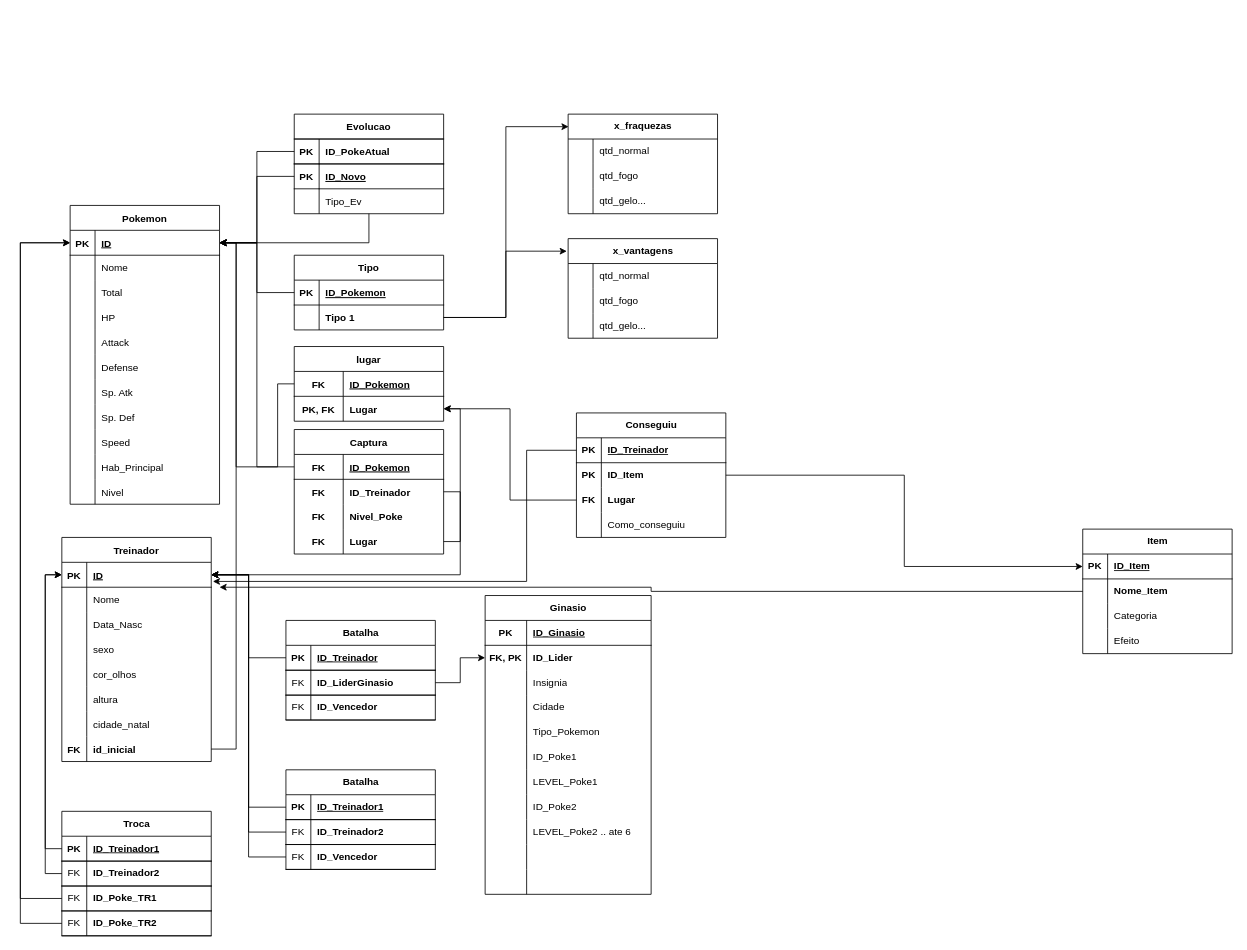
trashrama/pokedb keeps this draw.io diagram as esquema.drawio. Above is the earlier version. Source tidied: cells renumbered, new cells numbered last; positions are measured from the earlier drawing's top-left corner, leaving out a move shared by most shapes. Both pictures are drawn from the tidied source at 83%, with x=0, y=0 at pixel (20, 114).
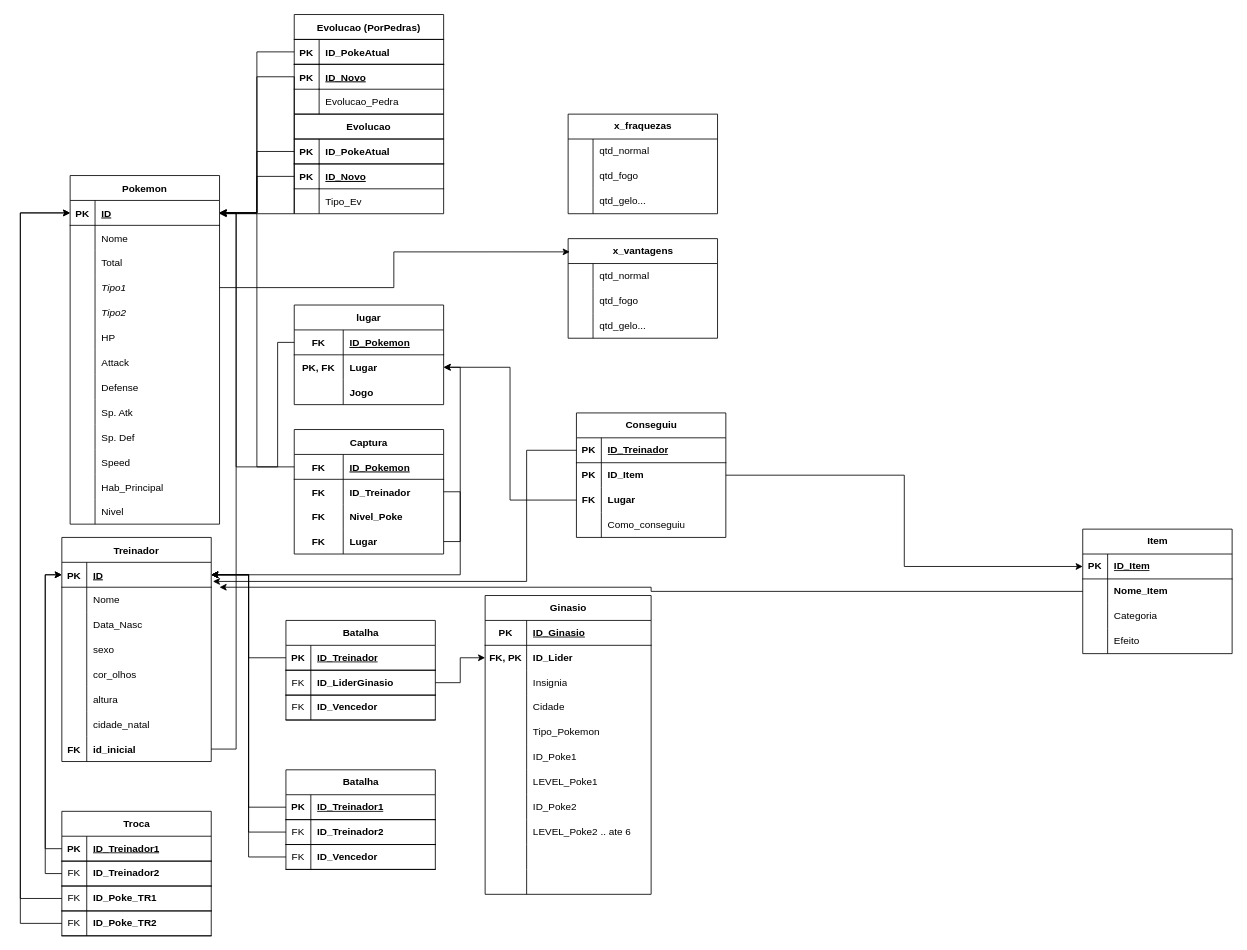
After the change.

The change refers to these unchanged cells:
```xml
<mxCell id="3" style="shape=tableRow;horizontal=0;startSize=0;swimlaneHead=0;swimlaneBody=0;fillColor=none;points=[[0,0.5],[1,0.5]];portConstraint=eastwest;top=0;left=0;right=0;bottom=1;" parent="2" vertex="1">
  <mxGeometry y="30" width="180" height="30" as="geometry" />
</mxCell>
<mxCell id="37" value="Evolucao" style="shape=table;startSize=30;childLayout=tableLayout;rowLines=0;fontStyle=1;align=center;" parent="1" vertex="1">
  <mxGeometry x="330" width="180" height="120" as="geometry" />
</mxCell>
<mxCell id="58" style="shape=tableRow;horizontal=0;startSize=0;swimlaneHead=0;swimlaneBody=0;fillColor=none;points=[[0,0.5],[1,0.5]];portConstraint=eastwest;top=0;left=0;right=0;bottom=1;" parent="57" vertex="1">
  <mxGeometry y="30" width="180" height="30" as="geometry" />
</mxCell>
<mxCell id="105" value="x_fraquezas" style="shape=table;startSize=30;childLayout=tableLayout;rowLines=0;fontStyle=1;align=center;html=1;" parent="1" vertex="1">
  <mxGeometry x="660" width="180" height="120" as="geometry" />
</mxCell>
<mxCell id="115" value="x_vantagens" style="shape=table;startSize=30;childLayout=tableLayout;rowLines=0;fontStyle=1;align=center;html=1;" parent="1" vertex="1">
  <mxGeometry x="660" y="150" width="180" height="120" as="geometry" />
</mxCell>
<mxCell id="196" style="shape=tableRow;horizontal=0;startSize=0;swimlaneHead=0;swimlaneBody=0;fillColor=none;points=[[0,0.5],[1,0.5]];portConstraint=eastwest;top=1;left=0;right=0;bottom=1;" parent="189" vertex="1">
  <mxGeometry y="90" width="180" height="30" as="geometry" />
</mxCell>
<mxCell id="199" style="shape=tableRow;horizontal=0;startSize=0;swimlaneHead=0;swimlaneBody=0;fillColor=none;points=[[0,0.5],[1,0.5]];portConstraint=eastwest;top=1;left=0;right=0;bottom=1;" parent="189" vertex="1">
  <mxGeometry y="120" width="180" height="30" as="geometry" />
</mxCell>
```

The edit, as a diff of the source:
```diff
@@
     <mxCell id="2" value="Pokemon" style="shape=table;startSize=30;childLayout=tableLayout;rowLines=0;fontStyle=1;align=center;" parent="1" vertex="1">
-      <mxGeometry x="60" y="110" width="180" height="360" as="geometry" />
+      <mxGeometry x="60" y="74" width="180" height="420" as="geometry" />
     </mxCell>
@@
+    <mxCell id="235" style="shape=tableRow;horizontal=0;startSize=0;swimlaneHead=0;swimlaneBody=0;fillColor=none;points=[[0,0.5],[1,0.5]];portConstraint=eastwest;top=0;left=0;right=0;bottom=0;" parent="2" vertex="1">
+      <mxGeometry y="120" width="180" height="30" as="geometry" />
+    </mxCell>
+    <mxCell id="236" style="shape=partialRectangle;fillColor=none;top=0;left=0;bottom=0;right=0;overflow=hidden;" parent="235" vertex="1">
+      <mxGeometry width="30" height="30" as="geometry" />
+    </mxCell>
+    <mxCell id="237" value="Tipo1" style="shape=partialRectangle;fillColor=none;top=0;left=0;bottom=0;right=0;align=left;spacingLeft=6;overflow=hidden;fontStyle=2;" parent="235" vertex="1">
+      <mxGeometry x="30" width="150" height="30" as="geometry" />
+    </mxCell>
+    <mxCell id="238" style="shape=tableRow;horizontal=0;startSize=0;swimlaneHead=0;swimlaneBody=0;fillColor=none;top=0;left=0;right=0;bottom=0;" parent="2" vertex="1">
+      <mxGeometry y="150" width="180" height="30" as="geometry" />
+    </mxCell>
+    <mxCell id="239" style="shape=partialRectangle;fillColor=none;top=0;left=0;bottom=0;right=0;overflow=hidden;" parent="238" vertex="1">
+      <mxGeometry width="30" height="30" as="geometry" />
+    </mxCell>
+    <mxCell id="240" value="Tipo2" style="shape=partialRectangle;fillColor=none;top=0;left=0;bottom=0;right=0;align=left;spacingLeft=6;overflow=hidden;fontStyle=2;" parent="238" vertex="1">
+      <mxGeometry x="30" width="150" height="30" as="geometry" />
+    </mxCell>
     <mxCell id="12" style="shape=tableRow;horizontal=0;startSize=0;swimlaneHead=0;swimlaneBody=0;fillColor=none;top=0;left=0;right=0;bottom=0;" parent="2" vertex="1">
-      <mxGeometry y="120" width="180" height="30" as="geometry" />
+      <mxGeometry y="180" width="180" height="30" as="geometry" />
     </mxCell>
@@
     <mxCell id="15" style="shape=tableRow;horizontal=0;startSize=0;swimlaneHead=0;swimlaneBody=0;fillColor=none;top=0;left=0;right=0;bottom=0;" parent="2" vertex="1">
-      <mxGeometry y="150" width="180" height="30" as="geometry" />
+      <mxGeometry y="210" width="180" height="30" as="geometry" />
     </mxCell>
@@
     <mxCell id="18" style="shape=tableRow;horizontal=0;startSize=0;swimlaneHead=0;swimlaneBody=0;fillColor=none;top=0;left=0;right=0;bottom=0;" parent="2" vertex="1">
-      <mxGeometry y="180" width="180" height="30" as="geometry" />
+      <mxGeometry y="240" width="180" height="30" as="geometry" />
     </mxCell>
@@
     <mxCell id="21" style="shape=tableRow;horizontal=0;startSize=0;swimlaneHead=0;swimlaneBody=0;fillColor=none;top=0;left=0;right=0;bottom=0;" parent="2" vertex="1">
-      <mxGeometry y="210" width="180" height="30" as="geometry" />
+      <mxGeometry y="270" width="180" height="30" as="geometry" />
     </mxCell>
@@
     <mxCell id="24" style="shape=tableRow;horizontal=0;startSize=0;swimlaneHead=0;swimlaneBody=0;fillColor=none;top=0;left=0;right=0;bottom=0;" parent="2" vertex="1">
-      <mxGeometry y="240" width="180" height="30" as="geometry" />
+      <mxGeometry y="300" width="180" height="30" as="geometry" />
     </mxCell>
@@
     <mxCell id="27" style="shape=tableRow;horizontal=0;startSize=0;swimlaneHead=0;swimlaneBody=0;fillColor=none;top=0;left=0;right=0;bottom=0;" parent="2" vertex="1">
-      <mxGeometry y="270" width="180" height="30" as="geometry" />
+      <mxGeometry y="330" width="180" height="30" as="geometry" />
     </mxCell>
@@
     <mxCell id="30" style="shape=tableRow;horizontal=0;startSize=0;swimlaneHead=0;swimlaneBody=0;fillColor=none;top=0;left=0;right=0;bottom=0;" parent="2" vertex="1">
-      <mxGeometry y="300" width="180" height="30" as="geometry" />
+      <mxGeometry y="360" width="180" height="30" as="geometry" />
     </mxCell>
@@
     <mxCell id="33" style="shape=tableRow;horizontal=0;startSize=0;swimlaneHead=0;swimlaneBody=0;fillColor=none;top=0;left=0;right=0;bottom=0;" parent="2" vertex="1">
-      <mxGeometry y="330" width="180" height="30" as="geometry" />
+      <mxGeometry y="390" width="180" height="30" as="geometry" />
     </mxCell>
@@
-    <mxCell id="36" style="edgeStyle=orthogonalEdgeStyle;rounded=0;jettySize=auto;html=1;" parent="1" edge="1" source="37" target="3">
-      <mxGeometry relative="1" as="geometry" />
-    </mxCell>
@@
-    <mxCell id="48" value="Tipo" style="shape=table;startSize=30;childLayout=tableLayout;rowLines=0;fontStyle=1;align=center;" parent="1" vertex="1">
-      <mxGeometry x="330" y="170" width="180" height="90" as="geometry" />
-    </mxCell>
-    <mxCell id="49" style="shape=tableRow;horizontal=0;startSize=0;swimlaneHead=0;swimlaneBody=0;fillColor=none;points=[[0,0.5],[1,0.5]];portConstraint=eastwest;top=0;left=0;right=0;bottom=1;" parent="48" vertex="1">
-      <mxGeometry y="30" width="180" height="30" as="geometry" />
-    </mxCell>
-    <mxCell id="50" value="PK" style="shape=partialRectangle;fillColor=none;top=0;left=0;bottom=0;right=0;fontStyle=1;overflow=hidden;" parent="49" vertex="1">
-      <mxGeometry width="30" height="30" as="geometry" />
-    </mxCell>
-    <mxCell id="51" value="ID_Pokemon" style="shape=partialRectangle;fillColor=none;top=0;left=0;bottom=0;right=0;align=left;spacingLeft=6;fontStyle=5;overflow=hidden;" parent="49" vertex="1">
-      <mxGeometry x="30" width="150" height="30" as="geometry" />
-    </mxCell>
-    <mxCell id="52" style="shape=tableRow;horizontal=0;startSize=0;swimlaneHead=0;swimlaneBody=0;fillColor=none;points=[[0,0.5],[1,0.5]];portConstraint=eastwest;top=0;left=0;right=0;bottom=0;" parent="48" vertex="1">
-      <mxGeometry y="60" width="180" height="30" as="geometry" />
-    </mxCell>
-    <mxCell id="53" style="shape=partialRectangle;fillColor=none;top=0;left=0;bottom=0;right=0;overflow=hidden;" parent="52" vertex="1">
-      <mxGeometry width="30" height="30" as="geometry" />
-    </mxCell>
-    <mxCell id="54" value="Tipo 1" style="shape=partialRectangle;fillColor=none;top=0;left=0;bottom=0;right=0;align=left;spacingLeft=6;overflow=hidden;fontStyle=1;" parent="52" vertex="1">
-      <mxGeometry x="30" width="150" height="30" as="geometry" />
-    </mxCell>
-    <mxCell id="55" style="edgeStyle=orthogonalEdgeStyle;rounded=0;jettySize=auto;html=1;exitX=0;exitY=0.5;exitDx=0;exitDy=0;" parent="1" edge="1" source="49" target="3">
-      <mxGeometry relative="1" as="geometry" />
-    </mxCell>
-    <mxCell id="56" style="edgeStyle=orthogonalEdgeStyle;rounded=0;jettySize=auto;html=1;exitX=1;exitY=0.5;exitDx=0;exitDy=0;entryX=0.003;entryY=0.126;entryDx=0;entryDy=0;entryPerimeter=0;" parent="1" edge="1" source="52" target="105">
-      <mxGeometry relative="1" as="geometry" />
-    </mxCell>
     <mxCell id="57" value="lugar" style="shape=table;startSize=30;childLayout=tableLayout;rowLines=0;fontStyle=1;align=center;" parent="1" vertex="1">
-      <mxGeometry x="330" y="280" width="180" height="90" as="geometry" />
+      <mxGeometry x="330" y="230" width="180" height="120" as="geometry" />
     </mxCell>
@@
+    <mxCell id="241" style="shape=tableRow;horizontal=0;startSize=0;swimlaneHead=0;swimlaneBody=0;fillColor=none;top=0;left=0;right=0;bottom=0;" parent="57" vertex="1">
+      <mxGeometry y="90" width="180" height="30" as="geometry" />
+    </mxCell>
+    <mxCell id="242" style="shape=partialRectangle;fillColor=none;top=0;left=0;bottom=0;right=0;overflow=hidden;fontStyle=1;" parent="241" vertex="1">
+      <mxGeometry width="59" height="30" as="geometry" />
+    </mxCell>
+    <mxCell id="243" value="Jogo" style="shape=partialRectangle;fillColor=none;top=0;left=0;bottom=0;right=0;align=left;spacingLeft=6;overflow=hidden;fontStyle=1;" parent="241" vertex="1">
+      <mxGeometry x="59" width="121" height="30" as="geometry" />
+    </mxCell>
     <mxCell id="64" style="edgeStyle=orthogonalEdgeStyle;rounded=0;jettySize=auto;html=1;exitX=0;exitY=0.5;exitDx=0;exitDy=0;entryX=1;entryY=0.5;entryDx=0;entryDy=0;" parent="1" edge="1" source="58" target="3">
       <mxGeometry relative="1" as="geometry">
         <Array as="points">
-          <mxPoint x="310" y="325" />
+          <mxPoint x="310" y="275" />
           <mxPoint x="310" y="425" />
           <mxPoint x="260" y="425" />
-          <mxPoint x="260" y="155" />
+          <mxPoint x="260" y="119" />
         </Array>
       </mxGeometry>
     </mxCell>
@@
-    <mxCell id="125" style="edgeStyle=orthogonalEdgeStyle;rounded=0;jettySize=auto;html=1;entryX=-0.009;entryY=0.126;entryDx=0;entryDy=0;entryPerimeter=0;" parent="1" edge="1" source="52" target="115">
-      <mxGeometry relative="1" as="geometry" />
-    </mxCell>
@@
     <mxCell id="216" style="edgeStyle=orthogonalEdgeStyle;rounded=0;jettySize=auto;html=1;exitX=0;exitY=0.5;exitDx=0;exitDy=0;entryX=0;entryY=0.5;entryDx=0;entryDy=0;" parent="1" edge="1" source="196" target="3">
       <mxGeometry relative="1" as="geometry">
         <Array as="points">
           <mxPoint y="945" />
-          <mxPoint y="155" />
+          <mxPoint y="119" />
         </Array>
       </mxGeometry>
     </mxCell>
     <mxCell id="217" style="edgeStyle=orthogonalEdgeStyle;rounded=0;jettySize=auto;html=1;exitX=0;exitY=0.5;exitDx=0;exitDy=0;entryX=0;entryY=0.5;entryDx=0;entryDy=0;" parent="1" edge="1" source="199" target="3">
       <mxGeometry relative="1" as="geometry">
         <Array as="points">
           <mxPoint y="975" />
-          <mxPoint y="155" />
+          <mxPoint y="119" />
         </Array>
       </mxGeometry>
     </mxCell>
@@
+    <mxCell id="244" style="edgeStyle=orthogonalEdgeStyle;rounded=0;jettySize=auto;html=1;exitX=1;exitY=0.5;exitDx=0;exitDy=0;entryX=0.011;entryY=0.133;entryDx=0;entryDy=0;entryPerimeter=0;" parent="1" edge="1" source="235" target="115">
+      <mxGeometry relative="1" as="geometry" />
+    </mxCell>
+    <mxCell id="245" value="Evolucao (PorPedras)" style="shape=table;startSize=30;childLayout=tableLayout;rowLines=0;fontStyle=1;align=center;" parent="1" vertex="1">
+      <mxGeometry x="330" y="-120" width="180" height="120" as="geometry" />
+    </mxCell>
+    <mxCell id="246" style="shape=tableRow;horizontal=0;startSize=0;swimlaneHead=0;swimlaneBody=0;fillColor=none;points=[[0,0.5],[1,0.5]];portConstraint=eastwest;top=1;left=0;right=0;bottom=1;" parent="245" vertex="1">
+      <mxGeometry y="30" width="180" height="30" as="geometry" />
+    </mxCell>
+    <mxCell id="247" value="PK" style="shape=partialRectangle;fillColor=none;top=0;left=0;bottom=0;right=0;overflow=hidden;fontStyle=1;" parent="246" vertex="1">
+      <mxGeometry width="30" height="30" as="geometry" />
+    </mxCell>
+    <mxCell id="248" value="ID_PokeAtual" style="shape=partialRectangle;fillColor=none;top=0;left=0;bottom=0;right=0;align=left;spacingLeft=6;overflow=hidden;fontStyle=1;" parent="246" vertex="1">
+      <mxGeometry x="30" width="150" height="30" as="geometry" />
+    </mxCell>
+    <mxCell id="52" style="shape=tableRow;horizontal=0;startSize=0;swimlaneHead=0;swimlaneBody=0;fillColor=none;points=[[0,0.5],[1,0.5]];portConstraint=eastwest;top=0;left=0;right=0;bottom=0;" parent="245" vertex="1">
+      <mxGeometry y="60" width="180" height="30" as="geometry" />
+    </mxCell>
+    <mxCell id="249" value="PK" style="shape=partialRectangle;fillColor=none;top=1;left=0;bottom=1;right=0;overflow=hidden;fontStyle=1;" parent="52" vertex="1">
+      <mxGeometry width="30" height="30" as="geometry" />
+    </mxCell>
+    <mxCell id="250" value="ID_Novo" style="shape=partialRectangle;fillColor=none;top=1;left=0;bottom=1;right=0;align=left;spacingLeft=6;overflow=hidden;fontStyle=5;" parent="52" vertex="1">
+      <mxGeometry x="30" width="150" height="30" as="geometry" />
+    </mxCell>
+    <mxCell id="251" style="shape=tableRow;horizontal=0;startSize=0;swimlaneHead=0;swimlaneBody=0;fillColor=none;top=0;left=0;right=0;bottom=0;" parent="245" vertex="1">
+      <mxGeometry y="90" width="180" height="30" as="geometry" />
+    </mxCell>
+    <mxCell id="252" style="shape=partialRectangle;fillColor=none;top=0;left=0;bottom=0;right=0;overflow=hidden;" parent="251" vertex="1">
+      <mxGeometry width="30" height="30" as="geometry" />
+    </mxCell>
+    <mxCell id="253" value="Evolucao_Pedra" style="shape=partialRectangle;fillColor=none;top=0;left=0;bottom=0;right=0;align=left;spacingLeft=6;overflow=hidden;" parent="251" vertex="1">
+      <mxGeometry x="30" width="150" height="30" as="geometry" />
+    </mxCell>
+    <mxCell id="254" style="edgeStyle=orthogonalEdgeStyle;rounded=0;jettySize=auto;html=1;entryX=1;entryY=0.5;entryDx=0;entryDy=0;" parent="1" edge="1" source="246" target="3">
+      <mxGeometry relative="1" as="geometry" />
+    </mxCell>
+    <mxCell id="255" style="edgeStyle=orthogonalEdgeStyle;rounded=0;jettySize=auto;html=1;exitX=0;exitY=0.5;exitDx=0;exitDy=0;" parent="1" edge="1" source="52">
+      <mxGeometry relative="1" as="geometry">
+        <mxPoint x="240" y="120" as="targetPoint" />
+        <Array as="points">
+          <mxPoint x="330" y="120" />
+        </Array>
+      </mxGeometry>
+    </mxCell>
+    <mxCell id="256" style="edgeStyle=orthogonalEdgeStyle;rounded=0;jettySize=auto;html=1;exitX=0;exitY=0.5;exitDx=0;exitDy=0;entryX=1;entryY=0.5;entryDx=0;entryDy=0;" parent="1" edge="1" source="52" target="3">
+      <mxGeometry relative="1" as="geometry" />
+    </mxCell>
```
